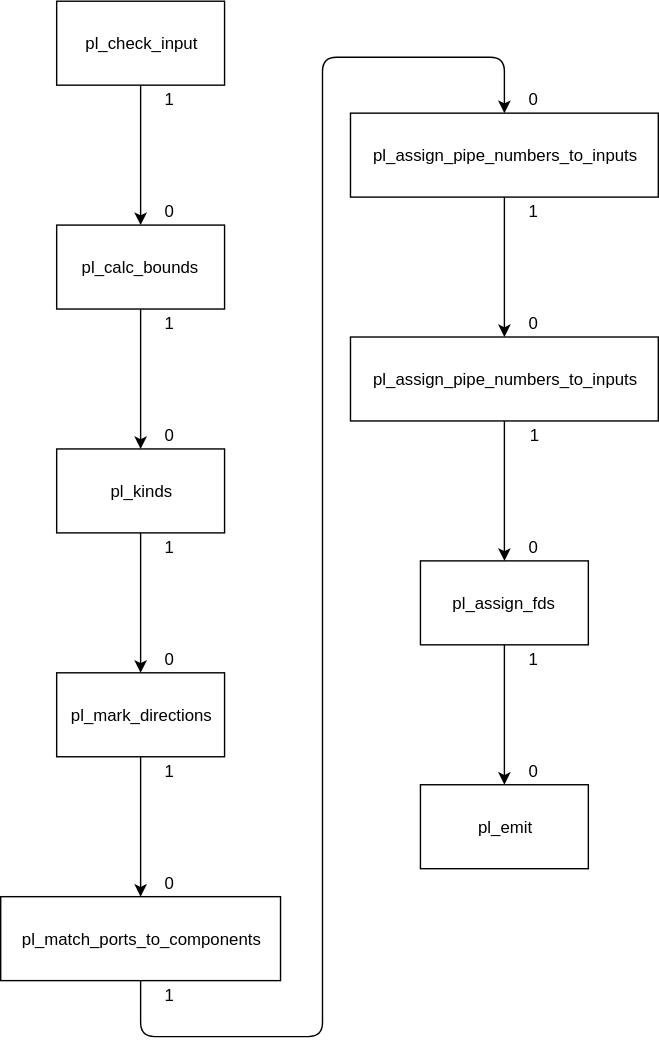
bmfbp/bmfbp keeps this draw.io diagram as bootstrap-svg/yed_compiler_as_svg.svg. Above is the earlier version. Source tidied: cells renumbered, new cells last; positions are measured from the earlier drawing's top-left corner, leaving out a move shared by most shapes. Its diagram source:
```xml
<mxGraphModel>
  <root>
    <mxCell id="0" />
    <mxCell id="1" parent="0" />
    <mxCell id="2" value="pl_check_input" style="rounded=0;whiteSpace=wrap;" parent="1" vertex="1">
      <mxGeometry x="40" width="120" height="60" as="geometry" />
    </mxCell>
    <mxCell id="3" value="pl_calc_bounds" style="rounded=0;whiteSpace=wrap;" parent="1" vertex="1">
      <mxGeometry x="40" y="160" width="120" height="60" as="geometry" />
    </mxCell>
    <mxCell id="4" value="pl_kinds" style="rounded=0;whiteSpace=wrap;" parent="1" vertex="1">
      <mxGeometry x="40" y="320" width="120" height="60" as="geometry" />
    </mxCell>
    <mxCell id="5" value="pl_mark_directions" style="rounded=0;whiteSpace=wrap;" parent="1" vertex="1">
      <mxGeometry x="40" y="480" width="120" height="60" as="geometry" />
    </mxCell>
    <mxCell id="6" value="pl_match_ports_to_components" style="rounded=0;whiteSpace=wrap;" parent="1" vertex="1">
      <mxGeometry y="640" width="200" height="60" as="geometry" />
    </mxCell>
    <mxCell id="7" value="pl_assign_pipe_numbers_to_inputs" style="rounded=0;whiteSpace=wrap;" parent="1" vertex="1">
      <mxGeometry x="250" y="80" width="220" height="60" as="geometry" />
    </mxCell>
    <mxCell id="8" value="pl_assign_pipe_numbers_to_inputs" style="rounded=0;whiteSpace=wrap;" parent="1" vertex="1">
      <mxGeometry x="250" y="240" width="220" height="60" as="geometry" />
    </mxCell>
    <mxCell id="9" value="pl_assign_fds" style="rounded=0;whiteSpace=wrap;" parent="1" vertex="1">
      <mxGeometry x="300" y="400" width="120" height="60" as="geometry" />
    </mxCell>
    <mxCell id="10" value="pl_emit" style="rounded=0;whiteSpace=wrap;" parent="1" vertex="1">
      <mxGeometry x="300" y="560" width="120" height="60" as="geometry" />
    </mxCell>
    <mxCell id="11" style="endArrow=classic;entryX=0.5;entryY=0;exitX=0.5;exitY=1;" parent="1" edge="1" source="2" target="3">
      <mxGeometry relative="1" as="geometry" />
    </mxCell>
    <mxCell id="12" style="endArrow=classic;entryX=0.5;entryY=0;exitX=0.5;exitY=1;" parent="1" edge="1" source="3" target="4">
      <mxGeometry relative="1" as="geometry" />
    </mxCell>
    <mxCell id="13" style="endArrow=classic;entryX=0.5;entryY=0;exitX=0.5;exitY=1;" parent="1" edge="1" source="4" target="5">
      <mxGeometry relative="1" as="geometry" />
    </mxCell>
    <mxCell id="14" style="endArrow=classic;entryX=0.5;entryY=0;exitX=0.5;exitY=1;" parent="1" edge="1" source="5" target="6">
      <mxGeometry relative="1" as="geometry" />
    </mxCell>
    <mxCell id="15" style="endArrow=classic;entryX=0.5;entryY=0;exitX=0.5;exitY=1;" parent="1" edge="1" source="7" target="8">
      <mxGeometry relative="1" as="geometry" />
    </mxCell>
    <mxCell id="16" style="endArrow=classic;entryX=0.5;entryY=0;exitX=0.5;exitY=1;" parent="1" edge="1" source="8" target="9">
      <mxGeometry relative="1" as="geometry" />
    </mxCell>
    <mxCell id="17" style="endArrow=classic;entryX=0.5;entryY=0;exitX=0.5;exitY=1;" parent="1" edge="1" source="9" target="10">
      <mxGeometry relative="1" as="geometry" />
    </mxCell>
    <mxCell id="18" style="endArrow=classic;entryX=0.5;entryY=0;exitX=0.5;exitY=1;" parent="1" edge="1" source="6" target="7">
      <mxGeometry relative="1" as="geometry">
        <Array as="points">
          <mxPoint x="100" y="740" />
          <mxPoint x="230" y="740" />
          <mxPoint x="230" y="40" />
          <mxPoint x="360" y="40" />
        </Array>
      </mxGeometry>
    </mxCell>
    <mxCell id="19" value="0" style="text;strokeColor=none;fillColor=none;align=center;verticalAlign=middle;whiteSpace=wrap;rounded=0;" parent="1" vertex="1">
      <mxGeometry x="100" y="300" width="40" height="20" as="geometry" />
    </mxCell>
    <mxCell id="20" value="0" style="text;strokeColor=none;fillColor=none;align=center;verticalAlign=middle;whiteSpace=wrap;rounded=0;" parent="1" vertex="1">
      <mxGeometry x="100" y="140" width="40" height="20" as="geometry" />
    </mxCell>
    <mxCell id="21" value="0" style="text;strokeColor=none;fillColor=none;align=center;verticalAlign=middle;whiteSpace=wrap;rounded=0;" parent="1" vertex="1">
      <mxGeometry x="100" y="620" width="40" height="20" as="geometry" />
    </mxCell>
    <mxCell id="22" value="0" style="text;strokeColor=none;fillColor=none;align=center;verticalAlign=middle;whiteSpace=wrap;rounded=0;" parent="1" vertex="1">
      <mxGeometry x="100" y="460" width="40" height="20" as="geometry" />
    </mxCell>
    <mxCell id="23" value="0" style="text;strokeColor=none;fillColor=none;align=center;verticalAlign=middle;rounded=0;whiteSpace=wrap;" parent="1" vertex="1">
      <mxGeometry x="360" y="60" width="40" height="20" as="geometry" />
    </mxCell>
    <mxCell id="24" value="0" style="text;strokeColor=none;fillColor=none;align=center;verticalAlign=middle;whiteSpace=wrap;rounded=0;" parent="1" vertex="1">
      <mxGeometry x="360" y="220" width="40" height="20" as="geometry" />
    </mxCell>
    <mxCell id="25" value="0" style="text;strokeColor=none;fillColor=none;align=center;verticalAlign=middle;whiteSpace=wrap;rounded=0;" parent="1" vertex="1">
      <mxGeometry x="360" y="380" width="40" height="20" as="geometry" />
    </mxCell>
    <mxCell id="26" value="0" style="text;strokeColor=none;fillColor=none;align=center;verticalAlign=middle;whiteSpace=wrap;rounded=0;" parent="1" vertex="1">
      <mxGeometry x="360" y="540" width="40" height="20" as="geometry" />
    </mxCell>
    <mxCell id="27" value="1" style="text;strokeColor=none;fillColor=none;align=center;verticalAlign=middle;whiteSpace=wrap;rounded=0;" parent="1" vertex="1">
      <mxGeometry x="361" y="300" width="40" height="20" as="geometry" />
    </mxCell>
    <mxCell id="28" value="1" style="text;strokeColor=none;fillColor=none;align=center;verticalAlign=middle;whiteSpace=wrap;rounded=0;" parent="1" vertex="1">
      <mxGeometry x="100" y="60" width="40" height="20" as="geometry" />
    </mxCell>
    <mxCell id="29" value="1" style="text;strokeColor=none;fillColor=none;align=center;verticalAlign=middle;whiteSpace=wrap;rounded=0;" parent="1" vertex="1">
      <mxGeometry x="100" y="380" width="40" height="20" as="geometry" />
    </mxCell>
    <mxCell id="30" value="1" style="text;strokeColor=none;fillColor=none;align=center;verticalAlign=middle;whiteSpace=wrap;rounded=0;" parent="1" vertex="1">
      <mxGeometry x="100" y="220" width="40" height="20" as="geometry" />
    </mxCell>
    <mxCell id="31" value="1" style="text;strokeColor=none;fillColor=none;align=center;verticalAlign=middle;whiteSpace=wrap;rounded=0;" parent="1" vertex="1">
      <mxGeometry x="360" y="140" width="40" height="20" as="geometry" />
    </mxCell>
    <mxCell id="32" value="1" style="text;strokeColor=none;fillColor=none;align=center;verticalAlign=middle;whiteSpace=wrap;rounded=0;" parent="1" vertex="1">
      <mxGeometry x="360" y="460" width="40" height="20" as="geometry" />
    </mxCell>
    <mxCell id="33" value="1" style="text;strokeColor=none;fillColor=none;align=center;verticalAlign=middle;whiteSpace=wrap;rounded=0;" parent="1" vertex="1">
      <mxGeometry x="100" y="700" width="40" height="20" as="geometry" />
    </mxCell>
    <mxCell id="34" value="1" style="text;strokeColor=none;fillColor=none;align=center;verticalAlign=middle;whiteSpace=wrap;rounded=0;" parent="1" vertex="1">
      <mxGeometry x="100" y="540" width="40" height="20" as="geometry" />
    </mxCell>
  </root>
</mxGraphModel>
```
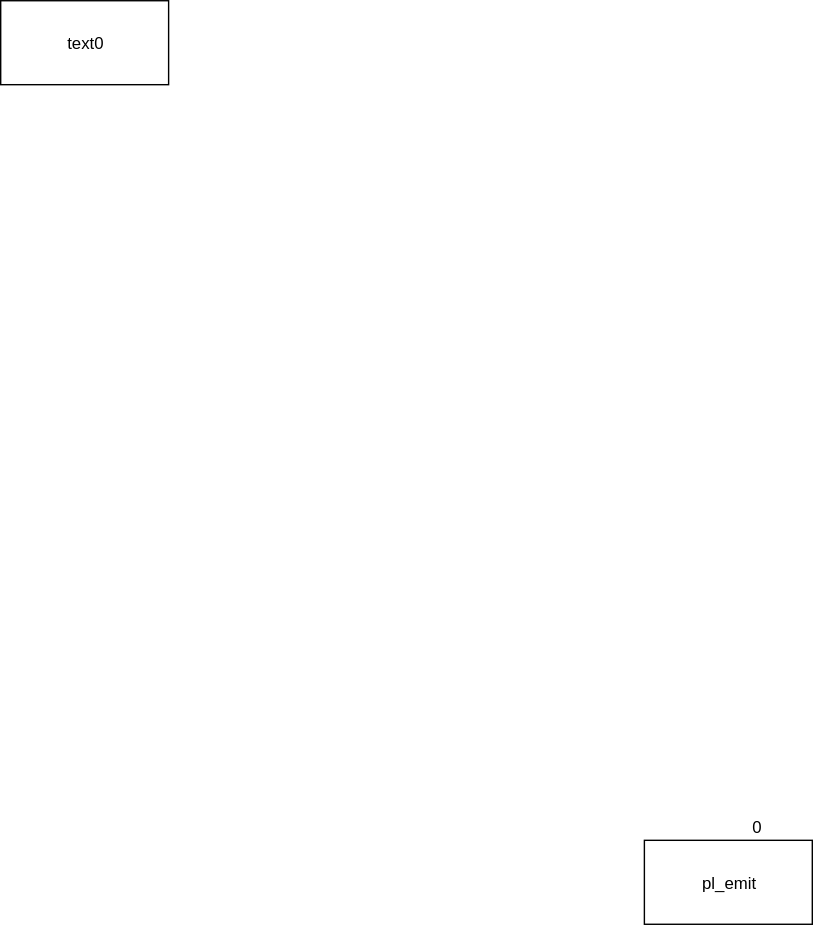
The same file after the commit.

Commit message:
wip: debugging text/rect translation?  most boxes appear not to fully contain text - beginning to look like something is wrong with translation

Change to the diagram source:
```diff
@@ -2,111 +2,14 @@
   <root>
     <mxCell id="0" />
     <mxCell id="1" parent="0" />
-    <mxCell id="2" value="pl_check_input" style="rounded=0;whiteSpace=wrap;" parent="1" vertex="1">
-      <mxGeometry x="40" width="120" height="60" as="geometry" />
-    </mxCell>
-    <mxCell id="3" value="pl_calc_bounds" style="rounded=0;whiteSpace=wrap;" parent="1" vertex="1">
-      <mxGeometry x="40" y="160" width="120" height="60" as="geometry" />
-    </mxCell>
-    <mxCell id="4" value="pl_kinds" style="rounded=0;whiteSpace=wrap;" parent="1" vertex="1">
-      <mxGeometry x="40" y="320" width="120" height="60" as="geometry" />
-    </mxCell>
-    <mxCell id="5" value="pl_mark_directions" style="rounded=0;whiteSpace=wrap;" parent="1" vertex="1">
-      <mxGeometry x="40" y="480" width="120" height="60" as="geometry" />
-    </mxCell>
-    <mxCell id="6" value="pl_match_ports_to_components" style="rounded=0;whiteSpace=wrap;" parent="1" vertex="1">
-      <mxGeometry y="640" width="200" height="60" as="geometry" />
-    </mxCell>
-    <mxCell id="7" value="pl_assign_pipe_numbers_to_inputs" style="rounded=0;whiteSpace=wrap;" parent="1" vertex="1">
-      <mxGeometry x="250" y="80" width="220" height="60" as="geometry" />
-    </mxCell>
-    <mxCell id="8" value="pl_assign_pipe_numbers_to_inputs" style="rounded=0;whiteSpace=wrap;" parent="1" vertex="1">
-      <mxGeometry x="250" y="240" width="220" height="60" as="geometry" />
-    </mxCell>
-    <mxCell id="9" value="pl_assign_fds" style="rounded=0;whiteSpace=wrap;" parent="1" vertex="1">
-      <mxGeometry x="300" y="400" width="120" height="60" as="geometry" />
-    </mxCell>
     <mxCell id="10" value="pl_emit" style="rounded=0;whiteSpace=wrap;" parent="1" vertex="1">
       <mxGeometry x="300" y="560" width="120" height="60" as="geometry" />
     </mxCell>
-    <mxCell id="11" style="endArrow=classic;entryX=0.5;entryY=0;exitX=0.5;exitY=1;" parent="1" edge="1" source="2" target="3">
-      <mxGeometry relative="1" as="geometry" />
-    </mxCell>
-    <mxCell id="12" style="endArrow=classic;entryX=0.5;entryY=0;exitX=0.5;exitY=1;" parent="1" edge="1" source="3" target="4">
-      <mxGeometry relative="1" as="geometry" />
-    </mxCell>
-    <mxCell id="13" style="endArrow=classic;entryX=0.5;entryY=0;exitX=0.5;exitY=1;" parent="1" edge="1" source="4" target="5">
-      <mxGeometry relative="1" as="geometry" />
-    </mxCell>
-    <mxCell id="14" style="endArrow=classic;entryX=0.5;entryY=0;exitX=0.5;exitY=1;" parent="1" edge="1" source="5" target="6">
-      <mxGeometry relative="1" as="geometry" />
-    </mxCell>
-    <mxCell id="15" style="endArrow=classic;entryX=0.5;entryY=0;exitX=0.5;exitY=1;" parent="1" edge="1" source="7" target="8">
-      <mxGeometry relative="1" as="geometry" />
-    </mxCell>
-    <mxCell id="16" style="endArrow=classic;entryX=0.5;entryY=0;exitX=0.5;exitY=1;" parent="1" edge="1" source="8" target="9">
-      <mxGeometry relative="1" as="geometry" />
-    </mxCell>
-    <mxCell id="17" style="endArrow=classic;entryX=0.5;entryY=0;exitX=0.5;exitY=1;" parent="1" edge="1" source="9" target="10">
-      <mxGeometry relative="1" as="geometry" />
-    </mxCell>
-    <mxCell id="18" style="endArrow=classic;entryX=0.5;entryY=0;exitX=0.5;exitY=1;" parent="1" edge="1" source="6" target="7">
-      <mxGeometry relative="1" as="geometry">
-        <Array as="points">
-          <mxPoint x="100" y="740" />
-          <mxPoint x="230" y="740" />
-          <mxPoint x="230" y="40" />
-          <mxPoint x="360" y="40" />
-        </Array>
-      </mxGeometry>
-    </mxCell>
-    <mxCell id="19" value="0" style="text;strokeColor=none;fillColor=none;align=center;verticalAlign=middle;whiteSpace=wrap;rounded=0;" parent="1" vertex="1">
-      <mxGeometry x="100" y="300" width="40" height="20" as="geometry" />
-    </mxCell>
-    <mxCell id="20" value="0" style="text;strokeColor=none;fillColor=none;align=center;verticalAlign=middle;whiteSpace=wrap;rounded=0;" parent="1" vertex="1">
-      <mxGeometry x="100" y="140" width="40" height="20" as="geometry" />
-    </mxCell>
-    <mxCell id="21" value="0" style="text;strokeColor=none;fillColor=none;align=center;verticalAlign=middle;whiteSpace=wrap;rounded=0;" parent="1" vertex="1">
-      <mxGeometry x="100" y="620" width="40" height="20" as="geometry" />
-    </mxCell>
-    <mxCell id="22" value="0" style="text;strokeColor=none;fillColor=none;align=center;verticalAlign=middle;whiteSpace=wrap;rounded=0;" parent="1" vertex="1">
-      <mxGeometry x="100" y="460" width="40" height="20" as="geometry" />
-    </mxCell>
-    <mxCell id="23" value="0" style="text;strokeColor=none;fillColor=none;align=center;verticalAlign=middle;rounded=0;whiteSpace=wrap;" parent="1" vertex="1">
-      <mxGeometry x="360" y="60" width="40" height="20" as="geometry" />
-    </mxCell>
-    <mxCell id="24" value="0" style="text;strokeColor=none;fillColor=none;align=center;verticalAlign=middle;whiteSpace=wrap;rounded=0;" parent="1" vertex="1">
-      <mxGeometry x="360" y="220" width="40" height="20" as="geometry" />
-    </mxCell>
-    <mxCell id="25" value="0" style="text;strokeColor=none;fillColor=none;align=center;verticalAlign=middle;whiteSpace=wrap;rounded=0;" parent="1" vertex="1">
-      <mxGeometry x="360" y="380" width="40" height="20" as="geometry" />
-    </mxCell>
     <mxCell id="26" value="0" style="text;strokeColor=none;fillColor=none;align=center;verticalAlign=middle;whiteSpace=wrap;rounded=0;" parent="1" vertex="1">
       <mxGeometry x="360" y="540" width="40" height="20" as="geometry" />
     </mxCell>
-    <mxCell id="27" value="1" style="text;strokeColor=none;fillColor=none;align=center;verticalAlign=middle;whiteSpace=wrap;rounded=0;" parent="1" vertex="1">
-      <mxGeometry x="361" y="300" width="40" height="20" as="geometry" />
-    </mxCell>
-    <mxCell id="28" value="1" style="text;strokeColor=none;fillColor=none;align=center;verticalAlign=middle;whiteSpace=wrap;rounded=0;" parent="1" vertex="1">
-      <mxGeometry x="100" y="60" width="40" height="20" as="geometry" />
-    </mxCell>
-    <mxCell id="29" value="1" style="text;strokeColor=none;fillColor=none;align=center;verticalAlign=middle;whiteSpace=wrap;rounded=0;" parent="1" vertex="1">
-      <mxGeometry x="100" y="380" width="40" height="20" as="geometry" />
-    </mxCell>
-    <mxCell id="30" value="1" style="text;strokeColor=none;fillColor=none;align=center;verticalAlign=middle;whiteSpace=wrap;rounded=0;" parent="1" vertex="1">
-      <mxGeometry x="100" y="220" width="40" height="20" as="geometry" />
-    </mxCell>
-    <mxCell id="31" value="1" style="text;strokeColor=none;fillColor=none;align=center;verticalAlign=middle;whiteSpace=wrap;rounded=0;" parent="1" vertex="1">
-      <mxGeometry x="360" y="140" width="40" height="20" as="geometry" />
-    </mxCell>
-    <mxCell id="32" value="1" style="text;strokeColor=none;fillColor=none;align=center;verticalAlign=middle;whiteSpace=wrap;rounded=0;" parent="1" vertex="1">
-      <mxGeometry x="360" y="460" width="40" height="20" as="geometry" />
-    </mxCell>
-    <mxCell id="33" value="1" style="text;strokeColor=none;fillColor=none;align=center;verticalAlign=middle;whiteSpace=wrap;rounded=0;" parent="1" vertex="1">
-      <mxGeometry x="100" y="700" width="40" height="20" as="geometry" />
-    </mxCell>
-    <mxCell id="34" value="1" style="text;strokeColor=none;fillColor=none;align=center;verticalAlign=middle;whiteSpace=wrap;rounded=0;" parent="1" vertex="1">
-      <mxGeometry x="100" y="540" width="40" height="20" as="geometry" />
-    </mxCell>
+    <mxCell id="35" value="text0" style="rounded=0;whiteSpace=wrap;html=1;" parent="1" vertex="1">
+      <mxGeometry x="-160" y="-40" width="120" height="60" as="geometry" />
+    </mxCell>
   </root>
 </mxGraphModel>
```
